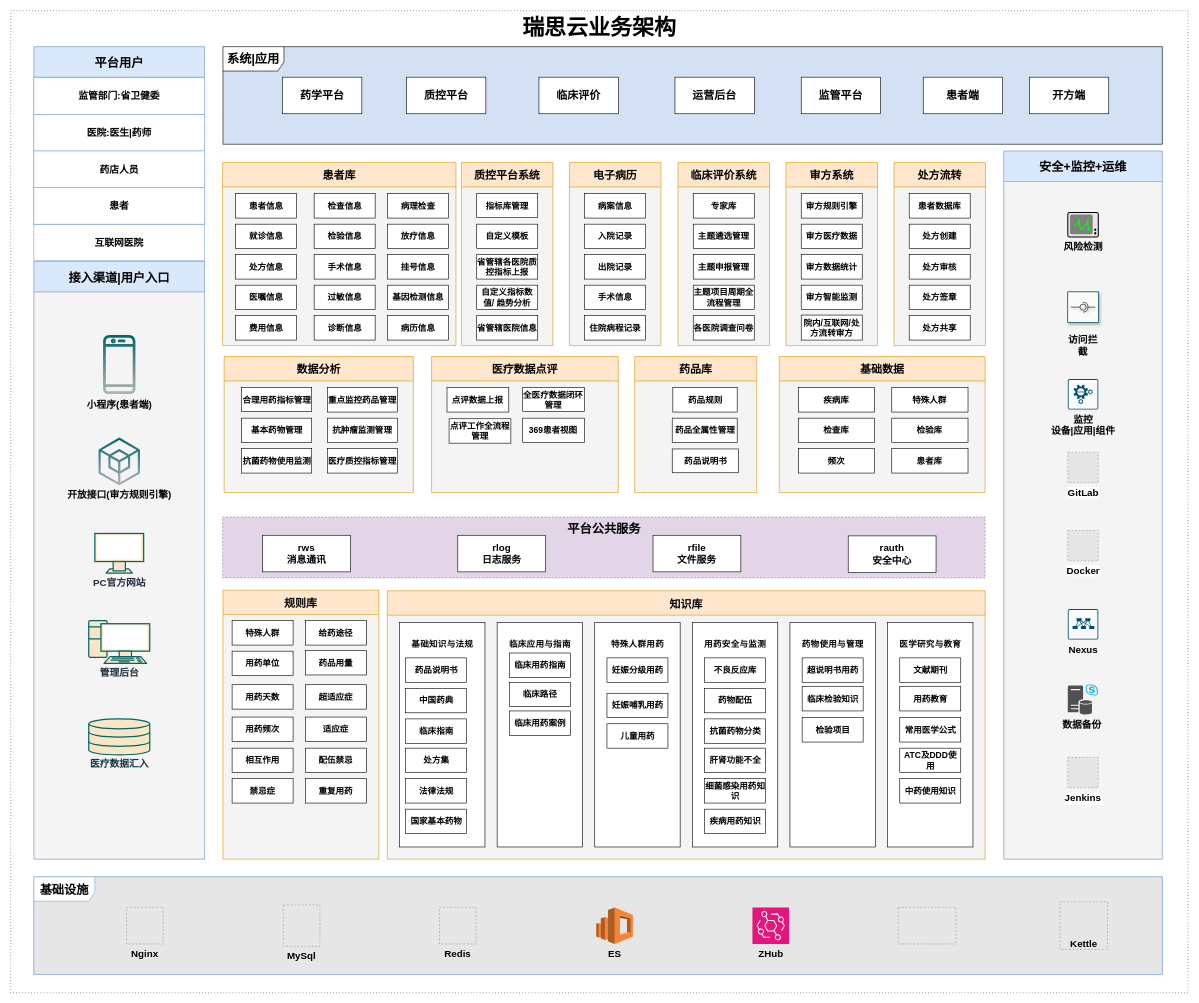
Above: page "【瑞思云业务架构】" (1 of 7) of 未命名绘图.drawio in tc608/dfile (draw.io), before the change. Source tidied: cells renumbered, new cells numbered last; positions are measured from the earlier drawing's top-left corner, leaving out a move shared by most shapes. Both pictures are drawn from the tidied source at 61%, with x=0, y=0 at pixel (10, 10). Pictures stored in the file or linked from it are replaced by grey dashed boxes.
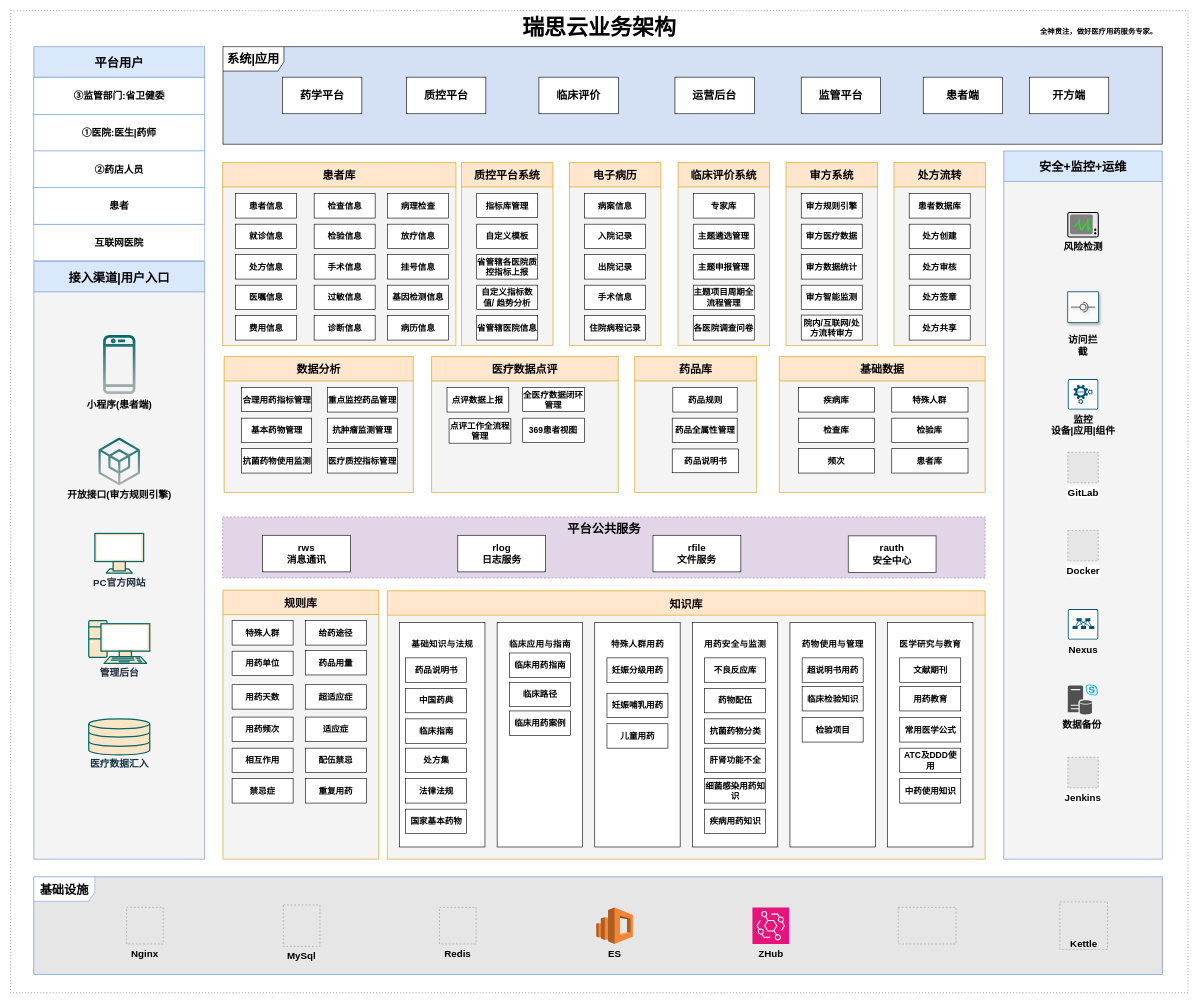
The same page after the edit.

Diff of the diagram source:
```diff
@@
-    <mxCell id="165" value="医院:医生|药师" style="whiteSpace=wrap;html=1;fontStyle=1;fontSize=16;strokeColor=#7EA6E0;" parent="1" vertex="1">
+    <mxCell id="165" value="①医院:医生|药师" style="whiteSpace=wrap;html=1;fontStyle=1;fontSize=16;strokeColor=#7EA6E0;" parent="1" vertex="1">
       <mxGeometry x="38" y="170" width="280" height="60" as="geometry" />
     </mxCell>
-    <mxCell id="166" value="药店人员" style="whiteSpace=wrap;html=1;fontStyle=1;fontSize=16;strokeColor=#7EA6E0;" parent="1" vertex="1">
+    <mxCell id="166" value="②药店人员" style="whiteSpace=wrap;html=1;fontStyle=1;fontSize=16;strokeColor=#7EA6E0;" parent="1" vertex="1">
       <mxGeometry x="38" y="230" width="280" height="60" as="geometry" />
     </mxCell>
@@
-    <mxCell id="168" value="监管部门:省卫健委" style="whiteSpace=wrap;html=1;fontStyle=1;fontSize=16;strokeColor=#7EA6E0;" parent="1" vertex="1">
+    <mxCell id="168" value="③监管部门:省卫健委" style="whiteSpace=wrap;html=1;fontStyle=1;fontSize=16;strokeColor=#7EA6E0;" parent="1" vertex="1">
       <mxGeometry x="38" y="110" width="280" height="60" as="geometry" />
     </mxCell>
@@
+    <mxCell id="180" value="全神贯注，做好医疗用药服务专家。" style="whiteSpace=wrap;html=1;strokeColor=none;fontStyle=1;" parent="1" vertex="1">
+      <mxGeometry x="1654" y="10" width="260" height="48" as="geometry" />
+    </mxCell>
```
